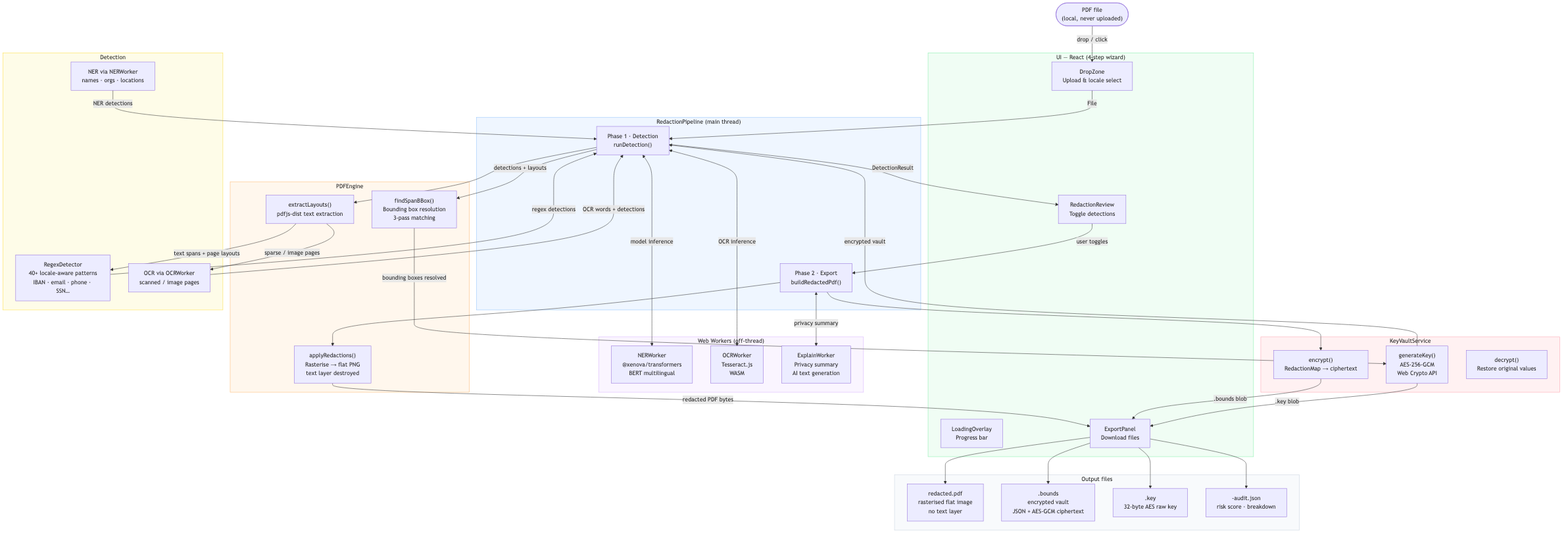
The Mermaid diagram architecture.png in Aqta-ai/bounds, before a commit. Its source is kept beside it as architecture.mmd. The source it was exported from:
```mermaid
flowchart TD
    subgraph UI["UI — React (4-step wizard)"]
        DZ["DropZone\nUpload & locale select"]
        LO["LoadingOverlay\nProgress bar"]
        RR["RedactionReview\nToggle detections"]
        EP["ExportPanel\nDownload files"]
    end

    subgraph Pipeline["RedactionPipeline (main thread)"]
        RD["Phase 1 · Detection\nrunDetection()"]
        RP["Phase 2 · Export\nbuildRedactedPdf()"]
    end

    subgraph Workers["Web Workers (off-thread)"]
        NW["NERWorker\n@xenova/transformers\nBERT multilingual"]
        OW["OCRWorker\nTesseract.js\nWASM"]
        EW["ExplainWorker\nPrivacy summary\nAI text generation"]
    end

    subgraph Engine["PDFEngine"]
        EL["extractLayouts()\npdfjs-dist text extraction"]
        AR["applyRedactions()\nRasterise → flat PNG\ntext layer destroyed"]
        BB["findSpanBBox()\nBounding box resolution\n3-pass matching"]
    end

    subgraph Detectors["Detection"]
        RX["RegexDetector\n40+ locale-aware patterns\nIBAN · email · phone · SSN…"]
        NER["NER via NERWorker\nnames · orgs · locations"]
        OCR["OCR via OCRWorker\nscanned / image pages"]
    end

    subgraph Vault["KeyVaultService"]
        KG["generateKey()\nAES-256-GCM\nWeb Crypto API"]
        EN["encrypt()\nRedactionMap → ciphertext"]
        DE["decrypt()\nRestore original values"]
    end

    subgraph Outputs["Output files"]
        PDF["redacted.pdf\nrasterised flat image\nno text layer"]
        BND[".bounds\nencrypted vault\nJSON + AES-GCM ciphertext"]
        KEY[".key\n32-byte AES raw key"]
        AUD["-audit.json\nrisk score · breakdown"]
    end

    File(["PDF file\n(local, never uploaded)"]) -->|drop / click| DZ
    DZ -->|File| RD
    RD --> EL
    EL -->|text spans + page layouts| RX
    EL -->|sparse / image pages| OCR
    RX -->|regex detections| RD
    NER -->|NER detections| RD
    OCR -->|OCR words + detections| RD
    RD -->|detections + layouts| BB
    BB -->|bounding boxes resolved| KG
    KG -->|encrypted vault| RD
    RD -->|DetectionResult| RR
    RR -->|user toggles| RP
    RP --> AR
    AR -->|redacted PDF bytes| EP
    RP --> EN
    EN -->|.bounds blob| EP
    KG -->|.key blob| EP
    EP --> PDF
    EP --> BND
    EP --> KEY
    EP --> AUD

    RD <-->|model inference| NW
    RD <-->|OCR inference| OW
    RP <-->|privacy summary| EW

    style UI fill:#f0fdf4,stroke:#86efac
    style Pipeline fill:#eff6ff,stroke:#93c5fd
    style Workers fill:#faf5ff,stroke:#d8b4fe
    style Engine fill:#fff7ed,stroke:#fdba74
    style Detectors fill:#fefce8,stroke:#fde047
    style Vault fill:#fff1f2,stroke:#fda4af
    style Outputs fill:#f8fafc,stroke:#cbd5e1
```
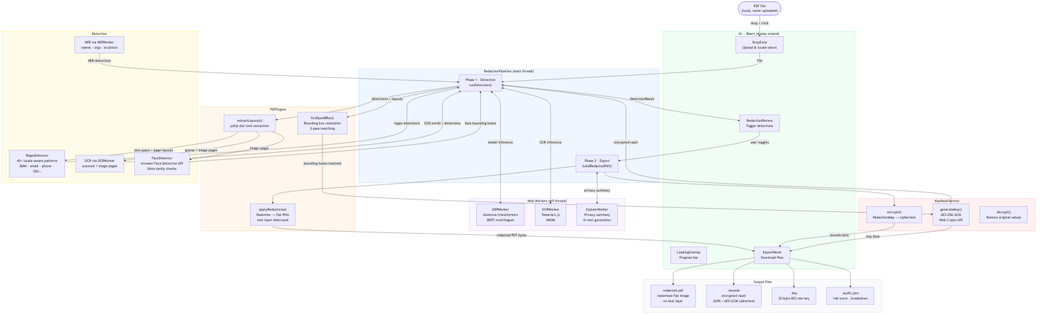
Later version of the same file.

Change to the diagram source:
```diff
@@ -27,6 +27,7 @@
         RX["RegexDetector\n40+ locale-aware patterns\nIBAN · email · phone · SSN…"]
         NER["NER via NERWorker\nnames · orgs · locations"]
         OCR["OCR via OCRWorker\nscanned / image pages"]
+        FD["FaceDetector\nbrowser Face Detection API\nbbox sanity checks"]
     end
 
     subgraph Vault["KeyVaultService"]
@@ -47,9 +48,11 @@
     RD --> EL
     EL -->|text spans + page layouts| RX
     EL -->|sparse / image pages| OCR
+    EL -->|image pages| FD
     RX -->|regex detections| RD
     NER -->|NER detections| RD
     OCR -->|OCR words + detections| RD
+    FD -->|face bounding boxes| RD
     RD -->|detections + layouts| BB
     BB -->|bounding boxes resolved| KG
     KG -->|encrypted vault| RD
```
